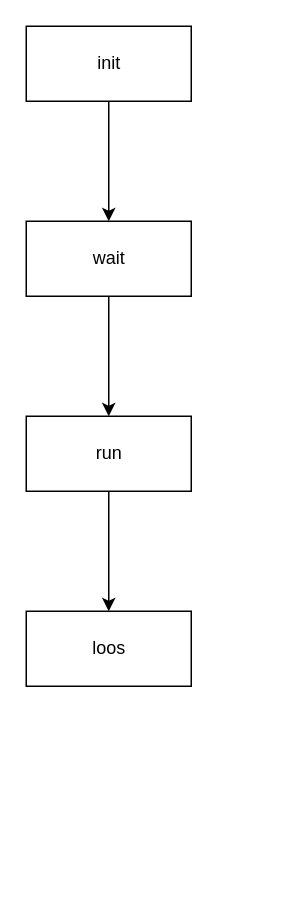
The draw.io diagram docs/Game/game_status.drawio in 0xOnyx/42_ft_transcendence, before the edit. Source tidied: cells renumbered, new cells numbered last; positions are measured from the earlier drawing's top-left corner, leaving out a move shared by most shapes. Both pictures are drawn from the tidied source at 150%, with x=0, y=0 at pixel (26, 26).
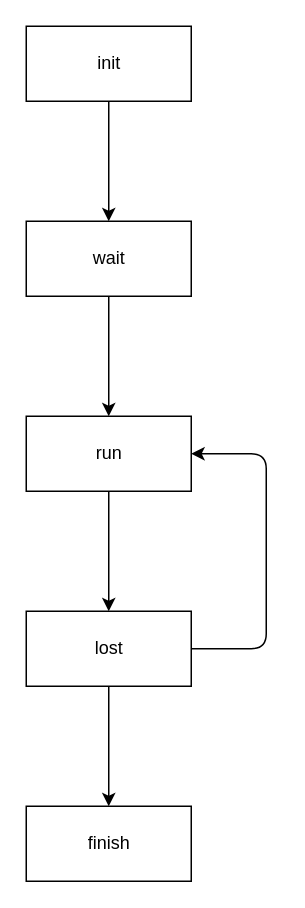
The same diagram, later.

Commit message:
update status game doc

What changed in the source:
```diff
@@
 <mxGraphModel>
   <root>
     <mxCell id="0" />
     <mxCell id="1" parent="0" />
     <mxCell id="2" style="edgeStyle=none;html=1;" parent="1" edge="1" source="3" target="5">
       <mxGeometry relative="1" as="geometry" />
     </mxCell>
     <mxCell id="3" value="init" style="html=1;" parent="1" vertex="1">
       <mxGeometry width="110" height="50" as="geometry" />
     </mxCell>
     <mxCell id="4" style="edgeStyle=none;html=1;" parent="1" edge="1" source="5" target="7">
       <mxGeometry relative="1" as="geometry" />
     </mxCell>
     <mxCell id="5" value="wait" style="html=1;" parent="1" vertex="1">
       <mxGeometry y="130" width="110" height="50" as="geometry" />
     </mxCell>
     <mxCell id="6" style="edgeStyle=none;html=1;" parent="1" edge="1" source="7" target="8">
       <mxGeometry relative="1" as="geometry" />
     </mxCell>
     <mxCell id="7" value="run" style="html=1;" parent="1" vertex="1">
       <mxGeometry y="260" width="110" height="50" as="geometry" />
     </mxCell>
+    <mxCell id="9" style="edgeStyle=none;html=1;entryX=1;entryY=0.5;entryDx=0;entryDy=0;" parent="1" edge="1" source="8" target="7">
+      <mxGeometry relative="1" as="geometry">
+        <Array as="points">
+          <mxPoint x="160" y="415" />
+          <mxPoint x="160" y="285" />
+        </Array>
+      </mxGeometry>
+    </mxCell>
+    <mxCell id="10" style="edgeStyle=none;html=1;" parent="1" edge="1" source="8" target="11">
+      <mxGeometry relative="1" as="geometry" />
+    </mxCell>
-    <mxCell id="8" value="loos" style="html=1;" parent="1" vertex="1">
+    <mxCell id="8" value="lost" style="html=1;" parent="1" vertex="1">
       <mxGeometry y="390" width="110" height="50" as="geometry" />
     </mxCell>
+    <mxCell id="11" value="finish" style="html=1;" parent="1" vertex="1">
+      <mxGeometry y="520" width="110" height="50" as="geometry" />
+    </mxCell>
   </root>
 </mxGraphModel>
```
